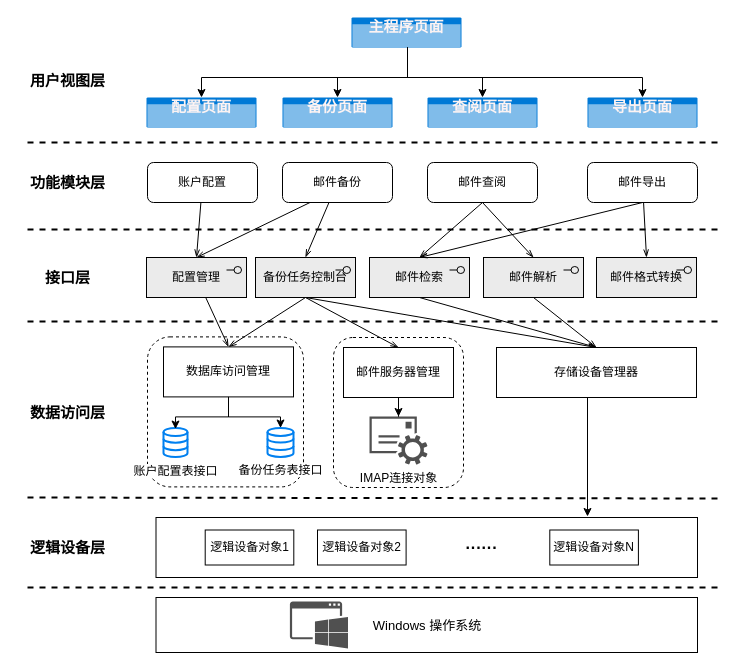
This is page "第 2 页" (2 of 2) of 第三章关键问题.drawio from GreenTee-color/Documents, a draw.io file, before an edit. Source tidied: cells renumbered, new cells numbered last; positions are measured from the earlier drawing's top-left corner, leaving out a move shared by most shapes. Both pictures are drawn from the tidied source at 100%, with x=0, y=0 at pixel (17, 17).
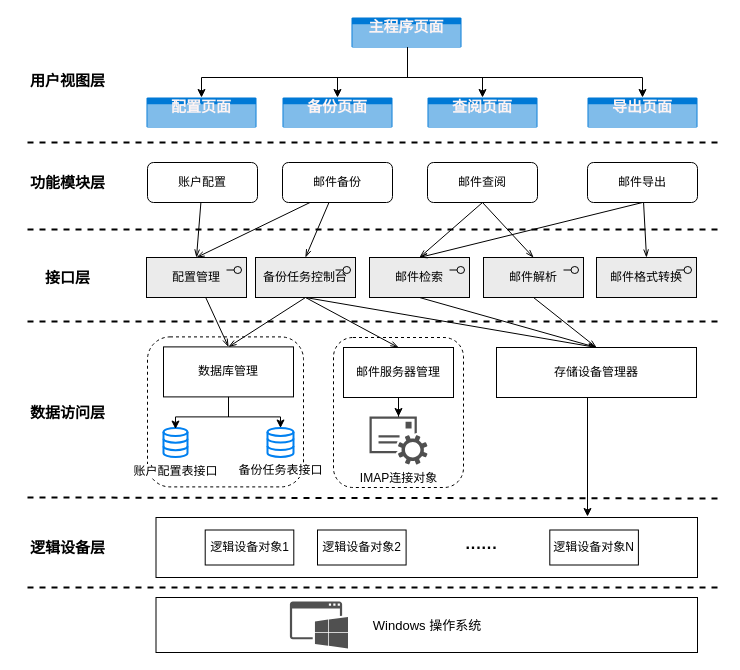
The same page after the edit.

Commit message:
更新第三章关键问题.drawio

Unchanged cells that the change refers to:
```xml
<mxCell id="34" style="group;" parent="1" vertex="1">
  <mxGeometry x="146" y="329.4" width="150" height="150" as="geometry" />
</mxCell>
```

The edit, as a diff of the source:
```diff
@@
-    <mxCell id="37" value="数据库访问管理" style="html=1;whiteSpace=wrap;fontStyle=0;" parent="34" vertex="1">
+    <mxCell id="37" value="数据库管理" style="html=1;whiteSpace=wrap;fontStyle=0;" parent="34" vertex="1">
       <mxGeometry width="130" height="50" as="geometry" />
     </mxCell>
```
